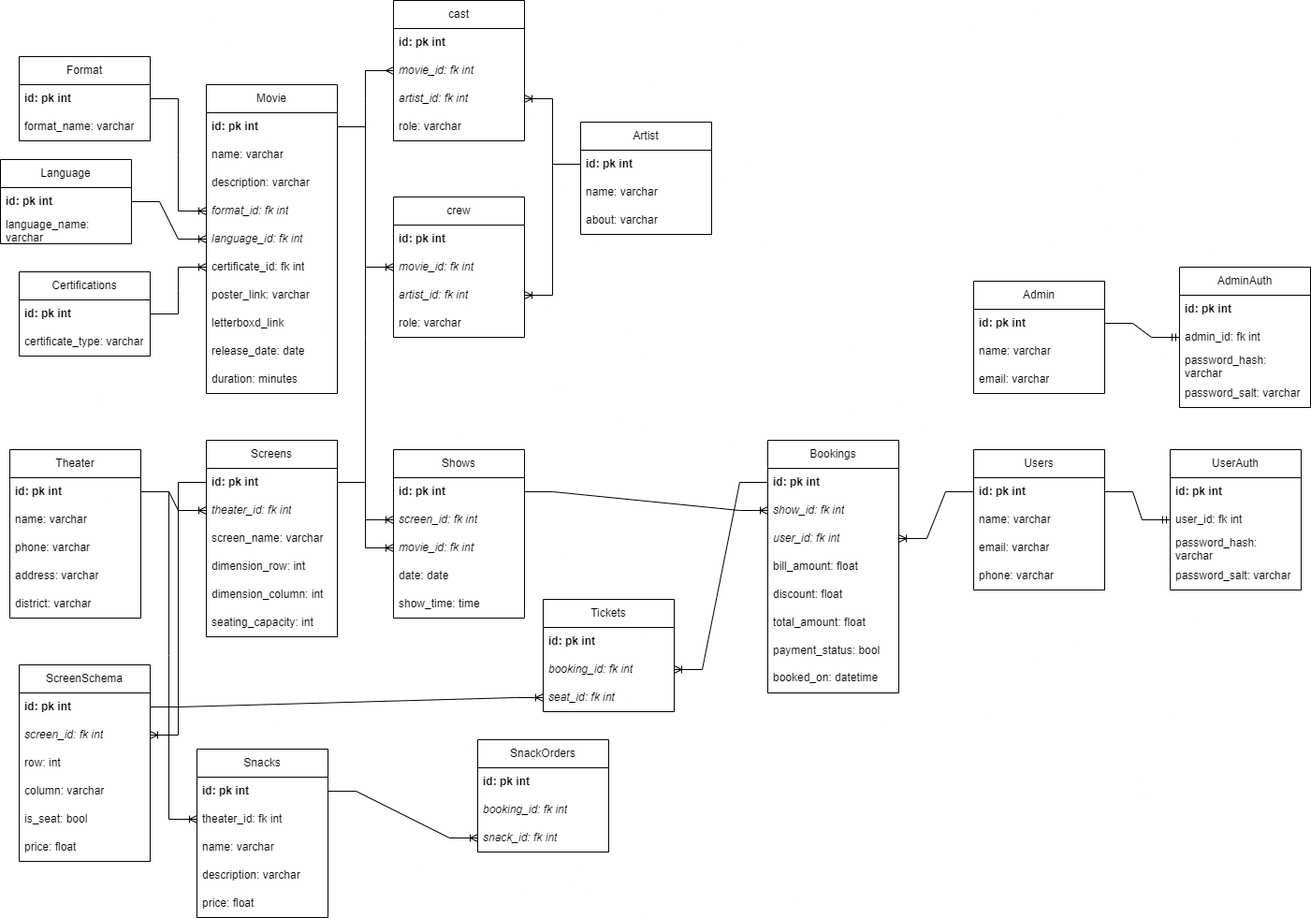
Above: Diagrams/Class Diagram.png in MSHRISH/CapstoneProject (draw.io), before the change. Source tidied: cells renumbered, new cells last; positions are measured from the earlier drawing's top-left corner, leaving out a move shared by most shapes.
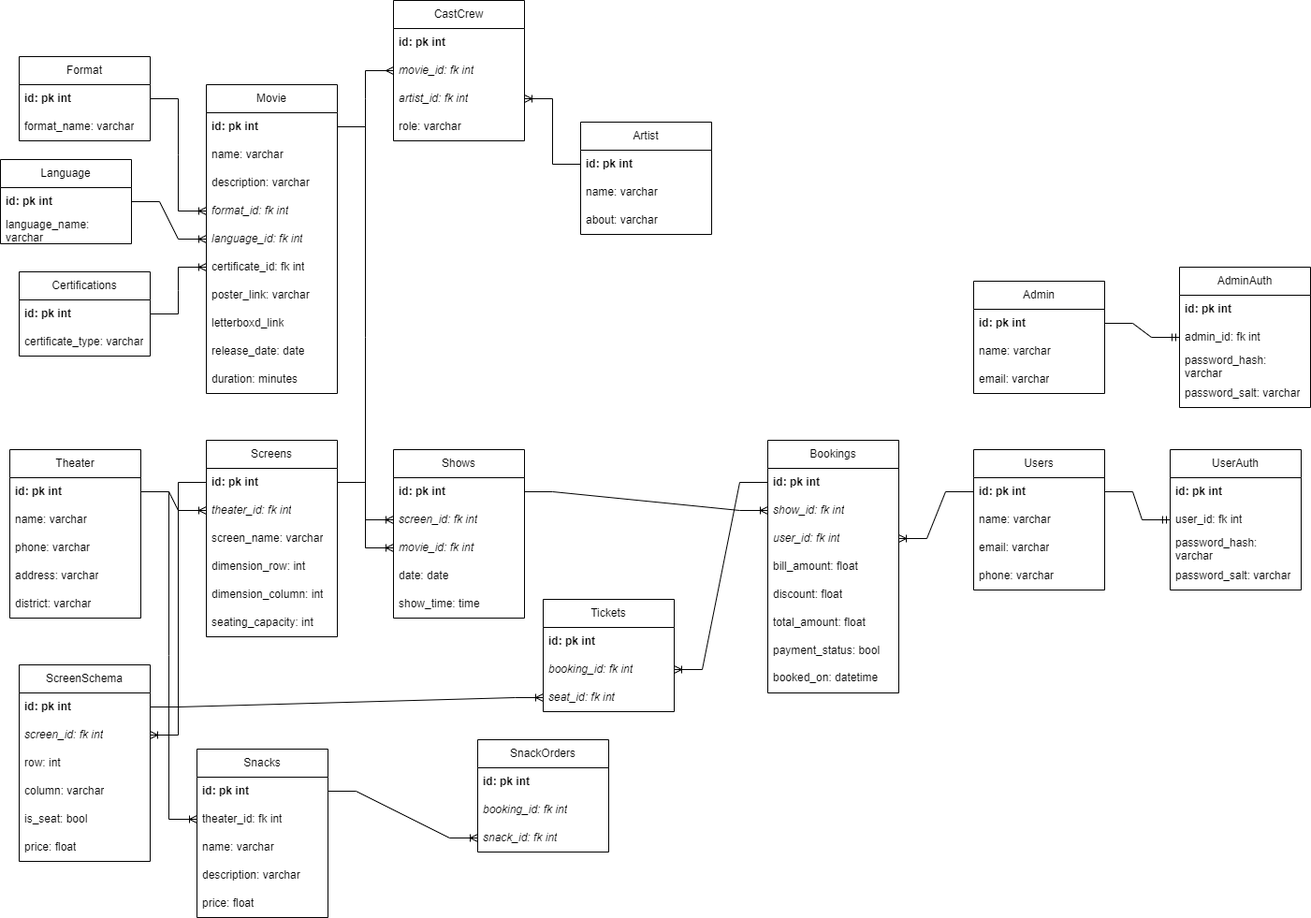
After the change.

What changed in the source:
```diff
@@ -92,7 +92,7 @@
     <mxCell id="31" value="about: varchar" style="text;strokeColor=none;fillColor=none;align=left;verticalAlign=middle;spacingLeft=4;spacingRight=4;overflow=hidden;whiteSpace=wrap;html=1;" parent="28" vertex="1">
       <mxGeometry y="90" width="140" height="30" as="geometry" />
     </mxCell>
-    <mxCell id="32" value="cast" style="swimlane;fontStyle=0;horizontal=1;startSize=30;whiteSpace=wrap;html=1;" parent="1" vertex="1">
+    <mxCell id="32" value="CastCrew" style="swimlane;fontStyle=0;horizontal=1;startSize=30;whiteSpace=wrap;html=1;" parent="1" vertex="1">
       <mxGeometry x="420" width="140" height="150" as="geometry" />
     </mxCell>
     <mxCell id="33" value="&lt;b&gt;id: pk int&lt;/b&gt;" style="text;strokeColor=none;fillColor=none;align=left;verticalAlign=middle;spacingLeft=4;spacingRight=4;overflow=hidden;whiteSpace=wrap;html=1;" parent="32" vertex="1">
@@ -107,21 +107,6 @@
     <mxCell id="36" value="role: varchar" style="text;strokeColor=none;fillColor=none;align=left;verticalAlign=middle;spacingLeft=4;spacingRight=4;overflow=hidden;whiteSpace=wrap;html=1;" parent="32" vertex="1">
       <mxGeometry y="120" width="140" height="30" as="geometry" />
     </mxCell>
-    <mxCell id="37" value="crew" style="swimlane;fontStyle=0;horizontal=1;startSize=30;whiteSpace=wrap;html=1;" parent="1" vertex="1">
-      <mxGeometry x="420" y="210" width="140" height="150" as="geometry" />
-    </mxCell>
-    <mxCell id="38" value="&lt;b&gt;id: pk int&lt;/b&gt;" style="text;strokeColor=none;fillColor=none;align=left;verticalAlign=middle;spacingLeft=4;spacingRight=4;overflow=hidden;whiteSpace=wrap;html=1;" parent="37" vertex="1">
-      <mxGeometry y="30" width="140" height="30" as="geometry" />
-    </mxCell>
-    <mxCell id="39" value="&lt;i&gt;movie_id: fk int&lt;/i&gt;" style="text;strokeColor=none;fillColor=none;align=left;verticalAlign=middle;spacingLeft=4;spacingRight=4;overflow=hidden;points=[[0,0.5],[1,0.5]];portConstraint=eastwest;whiteSpace=wrap;html=1;" parent="37" vertex="1">
-      <mxGeometry y="60" width="140" height="30" as="geometry" />
-    </mxCell>
-    <mxCell id="40" value="&lt;i&gt;artist_id: fk int&lt;/i&gt;" style="text;strokeColor=none;fillColor=none;align=left;verticalAlign=middle;spacingLeft=4;spacingRight=4;overflow=hidden;points=[[0,0.5],[1,0.5]];portConstraint=eastwest;whiteSpace=wrap;html=1;" parent="37" vertex="1">
-      <mxGeometry y="90" width="140" height="30" as="geometry" />
-    </mxCell>
-    <mxCell id="41" value="role: varchar" style="text;strokeColor=none;fillColor=none;align=left;verticalAlign=middle;spacingLeft=4;spacingRight=4;overflow=hidden;whiteSpace=wrap;html=1;" parent="37" vertex="1">
-      <mxGeometry y="120" width="140" height="30" as="geometry" />
-    </mxCell>
     <mxCell id="42" value="Shows" style="swimlane;fontStyle=0;horizontal=1;startSize=30;whiteSpace=wrap;html=1;" parent="1" vertex="1">
       <mxGeometry x="420" y="480" width="140" height="180" as="geometry" />
     </mxCell>
@@ -320,15 +305,9 @@
     <mxCell id="107" style="edgeStyle=entityRelationEdgeStyle;fontSize=12;html=1;endArrow=ERoneToMany;rounded=0;elbow=vertical;exitX=0;exitY=0.5;exitDx=0;exitDy=0;" parent="1" edge="1" source="29" target="35">
       <mxGeometry relative="1" as="geometry" />
     </mxCell>
-    <mxCell id="108" style="edgeStyle=entityRelationEdgeStyle;fontSize=12;html=1;endArrow=ERoneToMany;rounded=0;elbow=vertical;exitX=0;exitY=0.5;exitDx=0;exitDy=0;entryX=1;entryY=0.5;entryDx=0;entryDy=0;" parent="1" edge="1" source="29" target="40">
-      <mxGeometry relative="1" as="geometry" />
-    </mxCell>
     <mxCell id="109" style="edgeStyle=entityRelationEdgeStyle;fontSize=12;html=1;endArrow=ERmany;rounded=0;elbow=vertical;exitX=1;exitY=0.5;exitDx=0;exitDy=0;" parent="1" edge="1" source="3" target="34">
       <mxGeometry relative="1" as="geometry" />
     </mxCell>
-    <mxCell id="110" style="edgeStyle=entityRelationEdgeStyle;fontSize=12;html=1;endArrow=ERoneToMany;rounded=0;elbow=vertical;exitX=1;exitY=0.5;exitDx=0;exitDy=0;entryX=0;entryY=0.5;entryDx=0;entryDy=0;" parent="1" edge="1" source="3" target="39">
-      <mxGeometry relative="1" as="geometry" />
-    </mxCell>
     <mxCell id="111" style="edgeStyle=entityRelationEdgeStyle;fontSize=12;html=1;endArrow=ERoneToMany;rounded=0;elbow=vertical;exitX=1;exitY=0.5;exitDx=0;exitDy=0;" parent="1" edge="1" source="14" target="50">
       <mxGeometry relative="1" as="geometry" />
     </mxCell>
```
